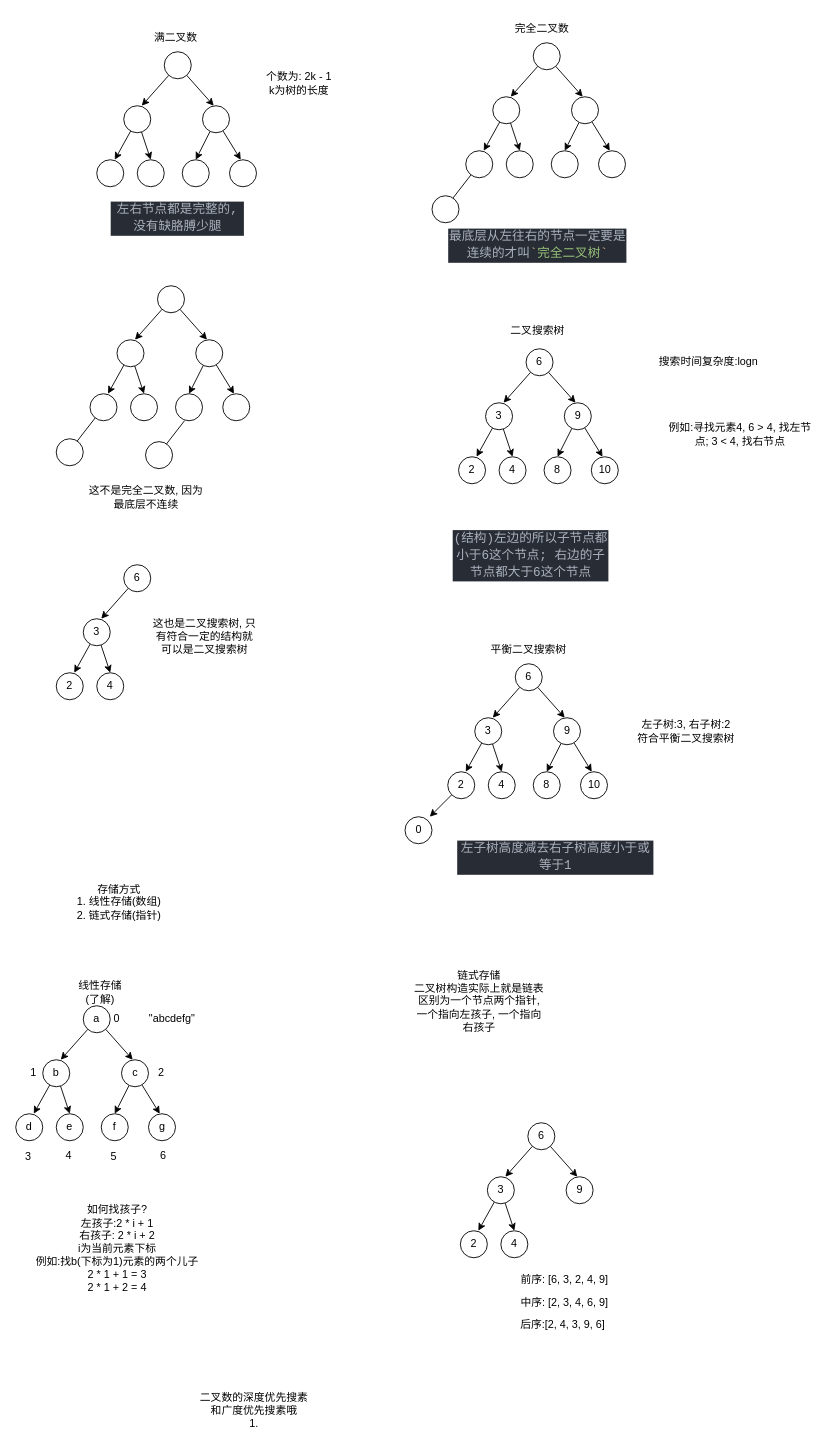
This is 二叉树鉴定表.drawio from Mirwangjn/algorithm, a draw.io file, before an edit. Source tidied: cells renumbered, new cells numbered last; positions are measured from the earlier drawing's top-left corner, leaving out a move shared by most shapes. Both pictures are drawn from the tidied source at 90%, with x=0, y=0 at pixel (15, 15).
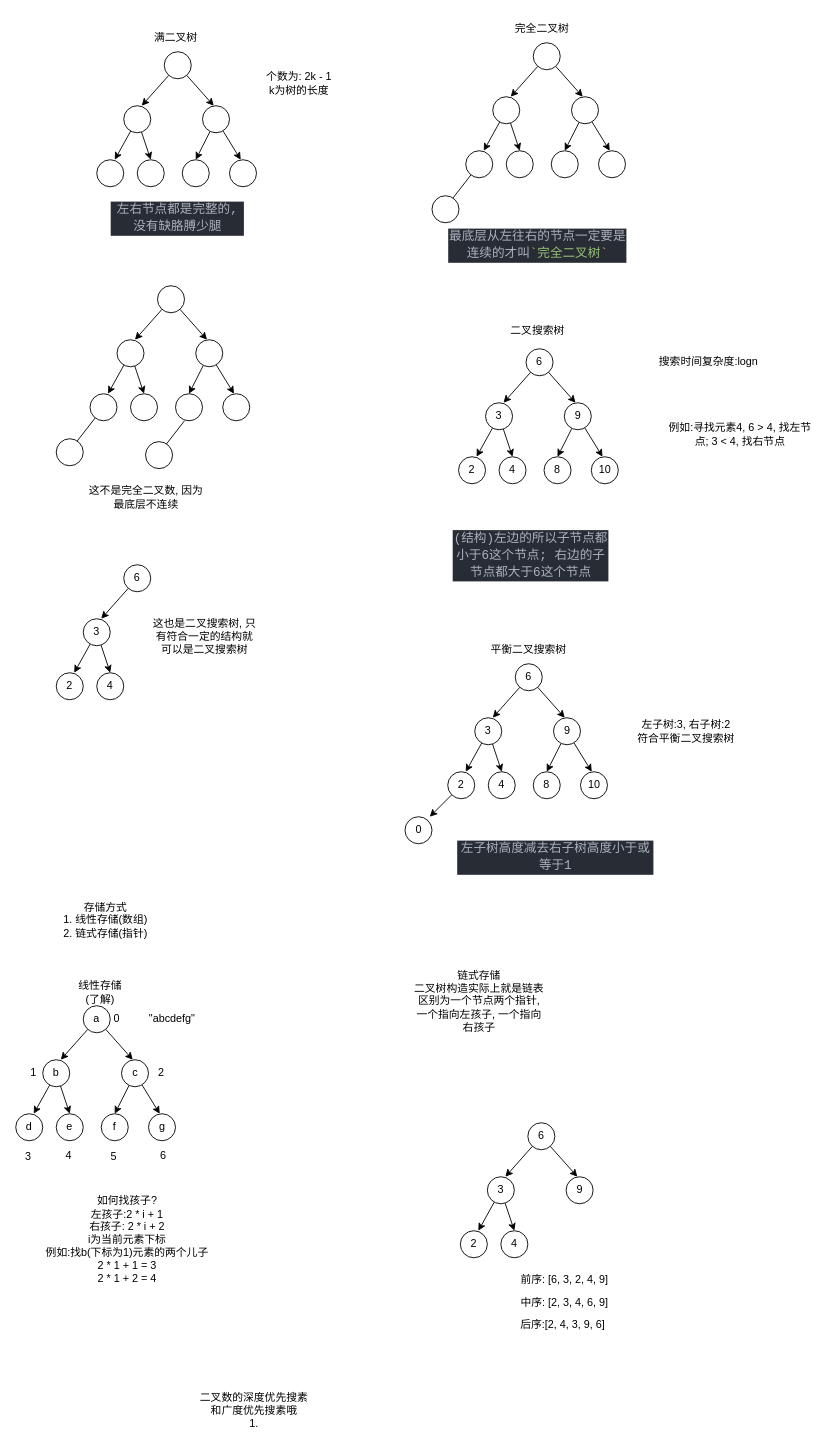
The same page after the edit.

Diff of the diagram source:
```diff
@@
-    <mxCell id="15" value="满二叉数" style="text;strokeColor=none;align=center;fillColor=none;html=1;verticalAlign=middle;whiteSpace=wrap;rounded=0;" parent="1" vertex="1">
+    <mxCell id="15" value="满二叉树" style="text;strokeColor=none;align=center;fillColor=none;html=1;verticalAlign=middle;whiteSpace=wrap;rounded=0;" parent="1" vertex="1">
       <mxGeometry x="147.5" y="10" width="60" height="30" as="geometry" />
     </mxCell>
@@
-    <mxCell id="32" value="完全二叉数" style="text;strokeColor=none;align=center;fillColor=none;html=1;verticalAlign=middle;whiteSpace=wrap;rounded=0;" parent="1" vertex="1">
+    <mxCell id="32" value="完全二叉树" style="text;strokeColor=none;align=center;fillColor=none;html=1;verticalAlign=middle;whiteSpace=wrap;rounded=0;" parent="1" vertex="1">
       <mxGeometry x="550" width="70" height="30" as="geometry" />
     </mxCell>
@@
     <mxCell id="96" value="存储方式&lt;br&gt;1. 线性存储(数组)&lt;br&gt;2. 链式存储(指针)" style="text;strokeColor=none;align=center;fillColor=none;html=1;verticalAlign=middle;whiteSpace=wrap;rounded=0;" parent="1" vertex="1">
-      <mxGeometry x="60" y="960" width="110" height="50" as="geometry" />
+      <mxGeometry x="45" y="980" width="110" height="50" as="geometry" />
     </mxCell>
@@
     <mxCell id="112" value="如何找孩子?&lt;br&gt;左孩子:2 * i + 1&lt;br&gt;右孩子: 2 * i + 2&lt;br&gt;i为当前元素下标&lt;br&gt;例如:找b(下标为1)元素的两个儿子&lt;br&gt;2 * 1 + 1 = 3&lt;br&gt;2 * 1 + 2 = 4" style="text;strokeColor=none;align=center;fillColor=none;html=1;verticalAlign=middle;whiteSpace=wrap;rounded=0;" parent="1" vertex="1">
-      <mxGeometry x="12.5" y="1300" width="200" height="140" as="geometry" />
+      <mxGeometry x="24" y="1290" width="200" height="140" as="geometry" />
     </mxCell>
```
